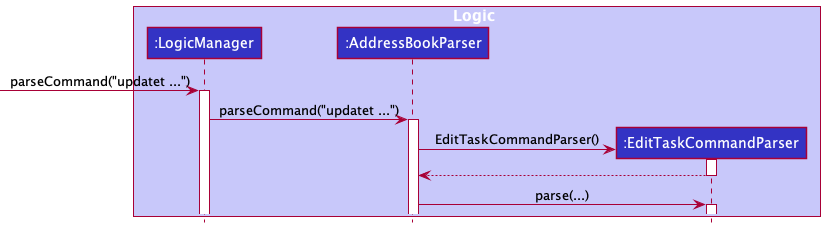
Above: docs/images/EditTaskDiagram/EditTaskSequenceDiagramState0.png in snss231/tp (PlantUML), before the change.
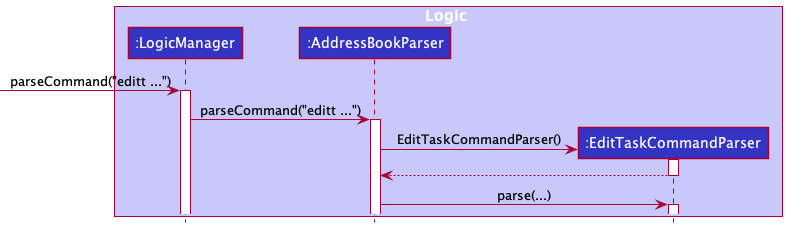
Later version of the same file.

What changed in the source:
```diff
@@ -7,10 +7,10 @@
 participant ":EditTaskCommandParser" as EditTaskCommandParser LOGIC_COLOR
 end box
 
- -> LogicManager : parseCommand("updatet ...")
+ -> LogicManager : parseCommand("editt ...")
 activate LogicManager
 
-LogicManager -> AddressBookParser : parseCommand("updatet ...")
+LogicManager -> AddressBookParser : parseCommand("editt ...")
 activate AddressBookParser
 
 create EditTaskCommandParser
@@ -22,4 +22,6 @@
 
 AddressBookParser -> EditTaskCommandParser : parse(...)
 activate EditTaskCommandParser
+
+
 @enduml
```
